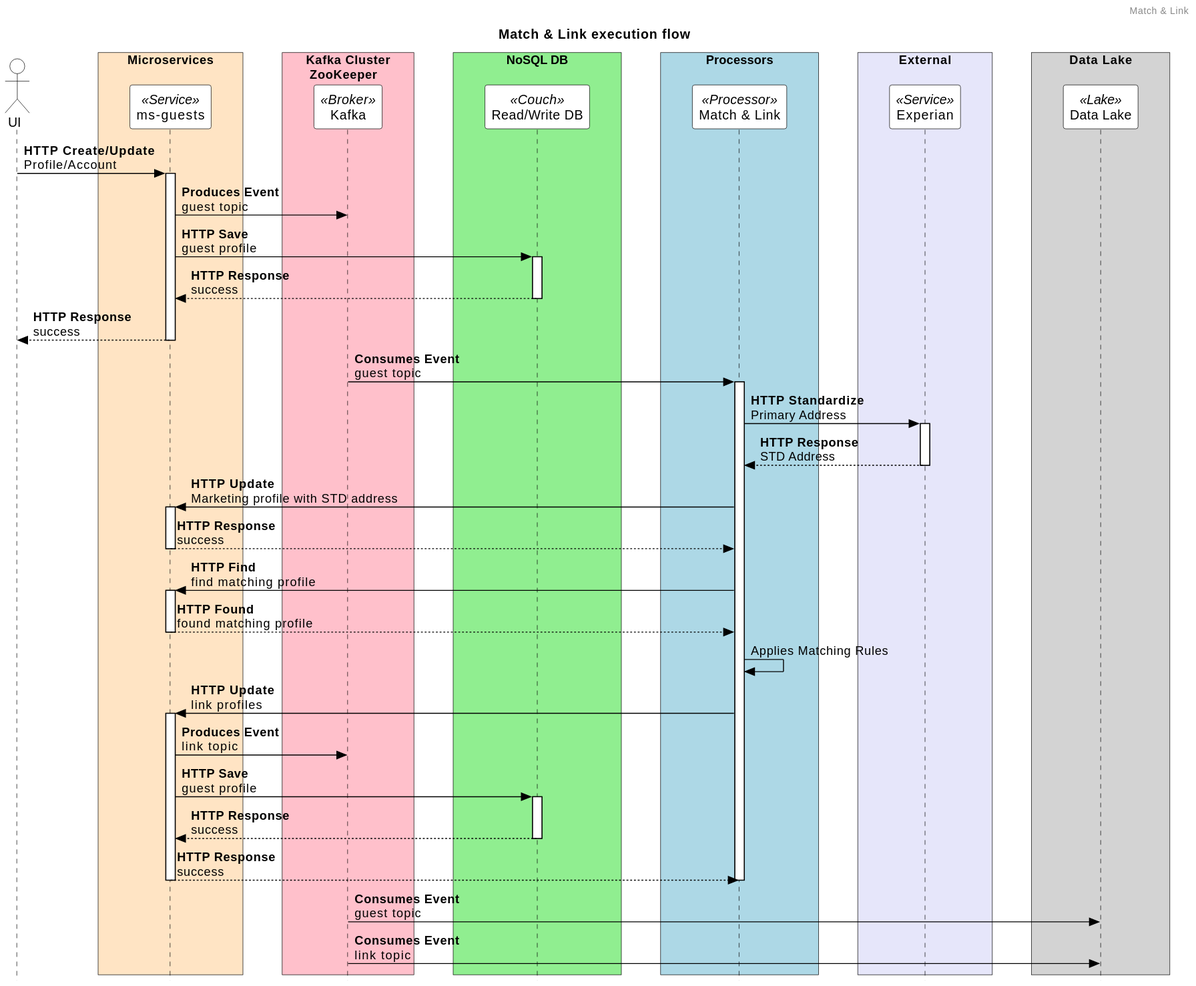
kaaljabr/presentation keeps this PlantUML diagram as dist/assets/diagrams/sequence/match-link-initial.svg. Above is the earlier version.
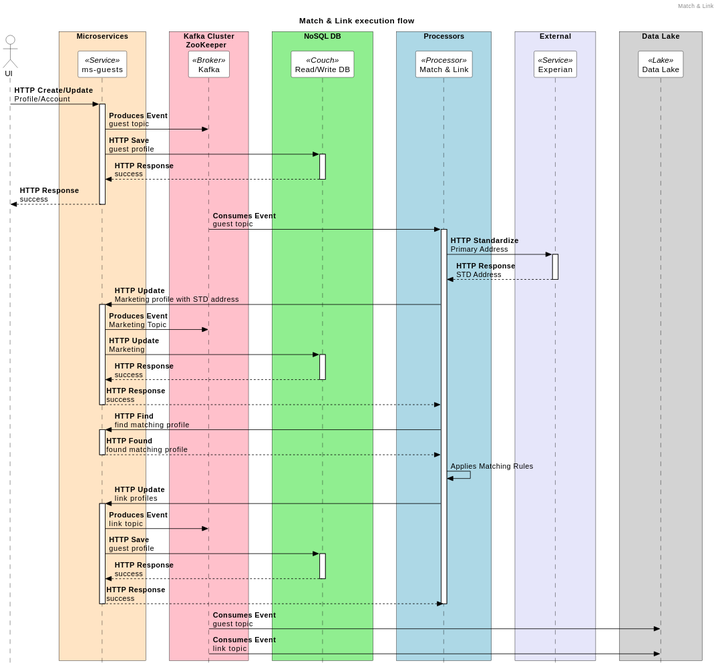
The same diagram one commit later.

The edit, as a diff of the source:
```diff
@@ -47,6 +47,11 @@
 deactivate experian
 match_link -> ms_guests :**HTTP Update**\nMarketing profile with STD address
 activate ms_guests
+ms_guests -> broker : **Produces Event**\nMarketing Topic
+ms_guests -> couch :**HTTP Update**\nMarketing
+activate couch
+couch --> ms_guests :**HTTP Response**\nsuccess
+deactivate couch
 ms_guests --> match_link :**HTTP Response**\nsuccess
 deactivate ms_guests
 match_link -> ms_guests :**HTTP Find**\nfind matching profile
```
